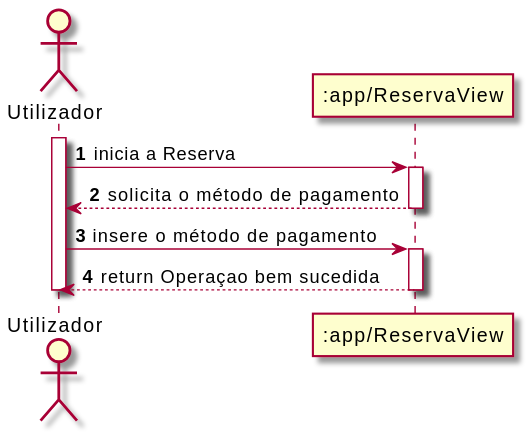
The PlantUML diagram Documentos/Sprint4/UC2/SSD_UC2.svg in UPskillDOTNET/Jakim-das-Coives-S.A., before a commit. Source of this version:
```plantuml
@startuml
autonumber
actor "Utilizador" as UserNR
participant ":app/ReservaView" as API

activate UserNR
UserNR -> "API" : inicia a Reserva
activate "API"
"API" --> UserNR : solicita o método de pagamento
deactivate "API"
UserNR -> "API" : insere o método de pagamento
activate "API"
"API" --> UserNR : return Operaçao bem sucedida
deactivate "API"

deactivate UserNR
@enduml
```
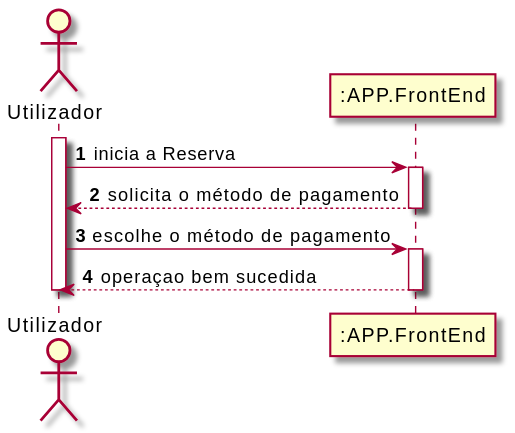
After the commit.

Diff of the diagram source:
```diff
@@ -1,16 +1,16 @@
 @startuml
 autonumber
 actor "Utilizador" as UserNR
-participant ":app/ReservaView" as API
+participant ":APP.FrontEnd" as API
 
 activate UserNR
 UserNR -> "API" : inicia a Reserva
 activate "API"
 "API" --> UserNR : solicita o método de pagamento
 deactivate "API"
-UserNR -> "API" : insere o método de pagamento
+UserNR -> "API" : escolhe o método de pagamento
 activate "API"
-"API" --> UserNR : return Operaçao bem sucedida
+"API" --> UserNR : operaçao bem sucedida
 deactivate "API"
 
 deactivate UserNR
```
